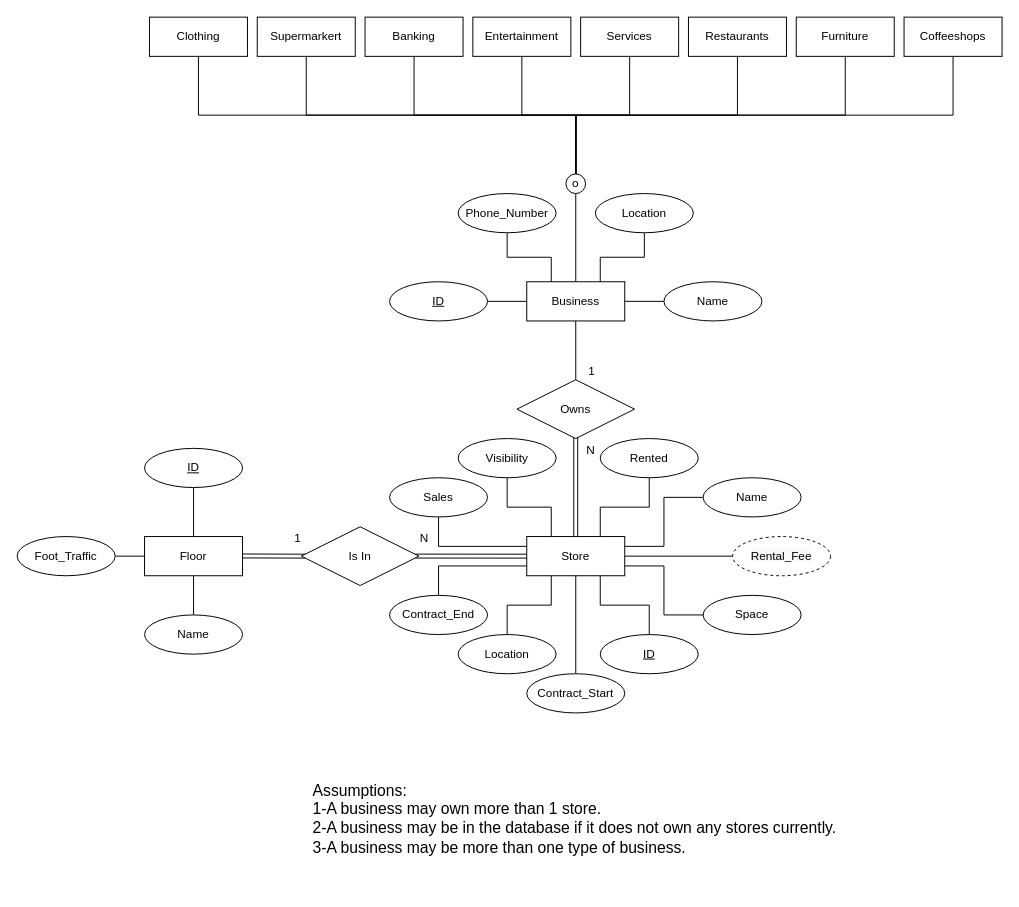
Hiexy/DB_Project keeps this draw.io diagram as DB_Project_EER.drawio. Above is the earlier version. Source tidied: cells renumbered, new cells numbered last; positions are measured from the earlier drawing's top-left corner, leaving out a move shared by most shapes. Both pictures are drawn from the tidied source at 98%, with x=0, y=0 at pixel (17, 17).
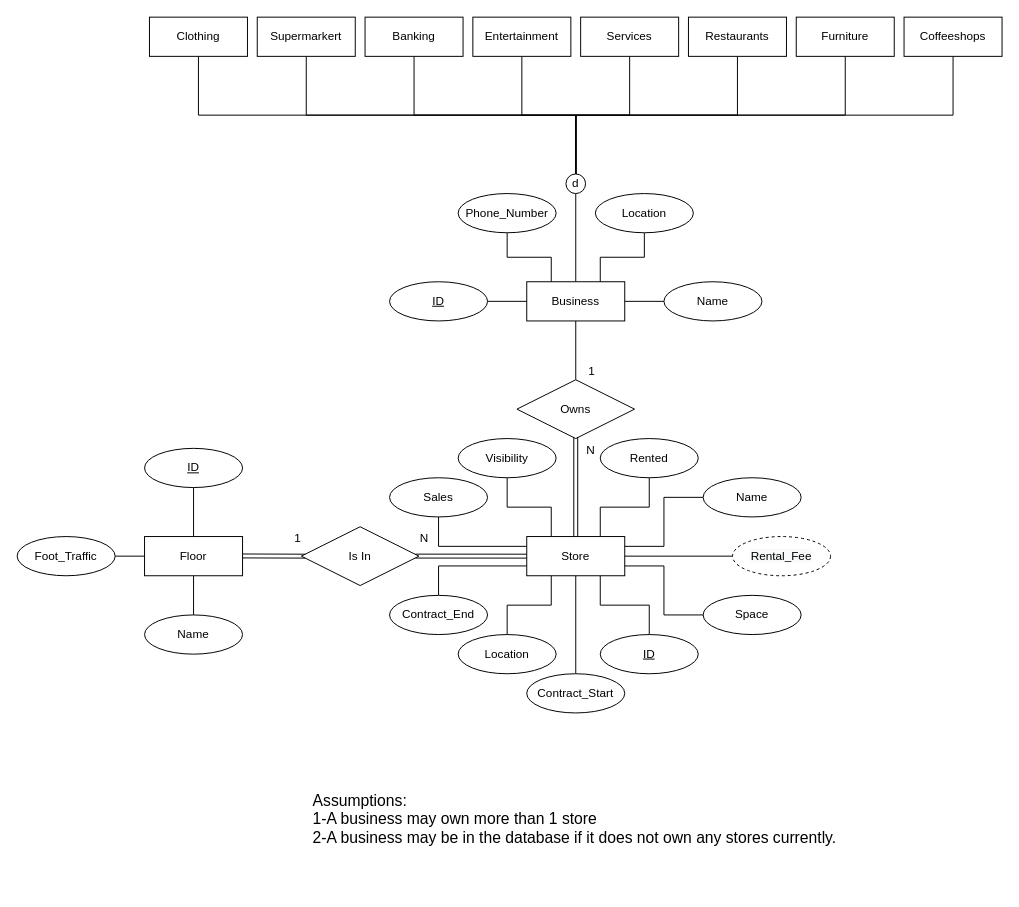
The same diagram, later.

Commit message (it also covers changes not shown here):
Fix ER/Relational Diagram

What changed in the source:
```diff
@@
-    <mxCell id="51" value="o" style="ellipse;whiteSpace=wrap;html=1;" parent="1" vertex="1">
+    <mxCell id="51" value="d" style="ellipse;whiteSpace=wrap;html=1;" parent="1" vertex="1">
       <mxGeometry x="560" y="160" width="20" height="20" as="geometry" />
     </mxCell>
@@
-    <mxCell id="60" value="&lt;font style=&quot;font-size: 16px&quot;&gt;Assumptions:&lt;br&gt;&lt;/font&gt;&lt;div style=&quot;font-size: 16px&quot;&gt;&lt;span&gt;&lt;font style=&quot;font-size: 16px&quot;&gt;1-A business may own more than 1 store.&lt;/font&gt;&lt;/span&gt;&lt;/div&gt;&lt;div style=&quot;font-size: 16px&quot;&gt;&lt;span&gt;&lt;font style=&quot;font-size: 16px&quot;&gt;2-A business may be in the database&amp;nbsp;if it does not own any stores currently.&lt;/font&gt;&lt;/span&gt;&lt;/div&gt;&lt;div style=&quot;font-size: 16px&quot;&gt;&lt;font style=&quot;font-size: 16px&quot;&gt;3-A business may be more than one type of business.&lt;/font&gt;&lt;/div&gt;&lt;div&gt;&lt;br&gt;&lt;/div&gt;" style="text;html=1;strokeColor=none;fillColor=none;align=left;verticalAlign=middle;whiteSpace=wrap;rounded=0;" parent="1" vertex="1">
+    <mxCell id="60" value="&lt;font style=&quot;font-size: 16px&quot;&gt;Assumptions:&lt;br&gt;&lt;/font&gt;&lt;div style=&quot;font-size: 16px&quot;&gt;&lt;span&gt;&lt;font style=&quot;font-size: 16px&quot;&gt;1-A business may own more than 1 store&lt;/font&gt;&lt;/span&gt;&lt;/div&gt;&lt;div style=&quot;font-size: 16px&quot;&gt;&lt;span&gt;&lt;font style=&quot;font-size: 16px&quot;&gt;2-A business may be in the database&amp;nbsp;if it does not own any stores currently.&lt;/font&gt;&lt;/span&gt;&lt;/div&gt;&lt;div&gt;&lt;br&gt;&lt;/div&gt;" style="text;html=1;strokeColor=none;fillColor=none;align=left;verticalAlign=middle;whiteSpace=wrap;rounded=0;" parent="1" vertex="1">
       <mxGeometry x="300" y="760" width="650" height="130" as="geometry" />
     </mxCell>
```
